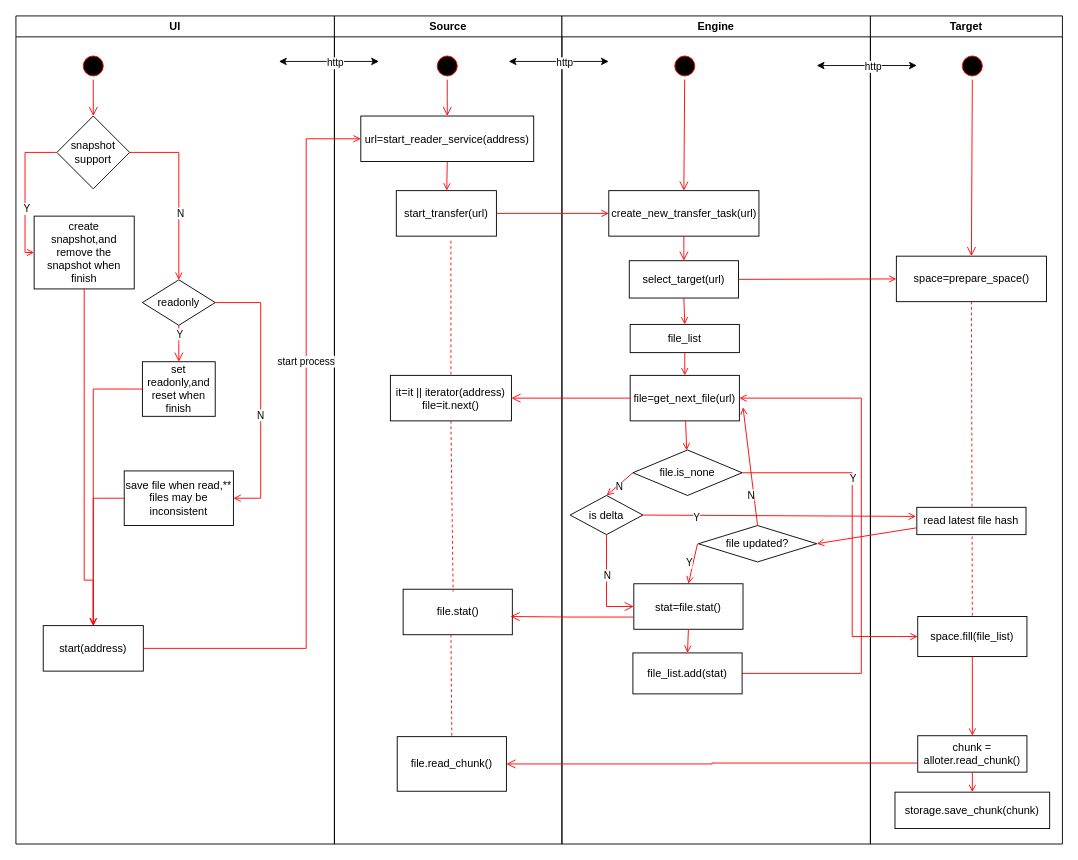
Before: doc/PM/framework/draft.drawio in buckyos/bucky_backup_suite, a draw.io diagram. Source tidied: cells renumbered, new cells numbered last; positions are measured from the earlier drawing's top-left corner, leaving out a move shared by most shapes. Both pictures are drawn from the tidied source at 91%, with x=0, y=0 at pixel (15, 15).
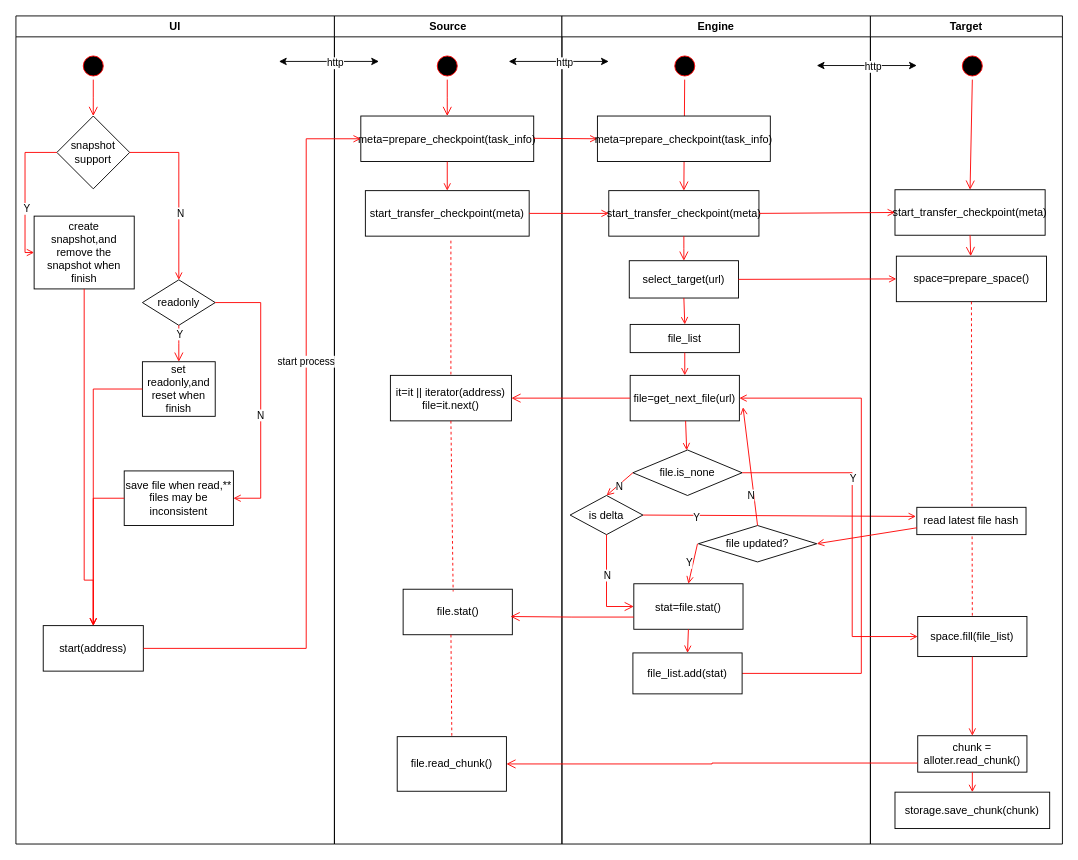
Above is the later version.

Unchanged cells that the change refers to:
```xml
<mxCell id="22" value="Source" style="swimlane;whiteSpace=wrap;" parent="1" vertex="1">
  <mxGeometry x="350" width="250" height="910" as="geometry" />
</mxCell>
<mxCell id="34" value="Engine" style="swimlane;whiteSpace=wrap;" parent="1" vertex="1">
  <mxGeometry x="600" width="339" height="910" as="geometry" />
</mxCell>
<mxCell id="65" value="Target" style="swimlane;whiteSpace=wrap;" parent="1" vertex="1">
  <mxGeometry x="939" width="211" height="910" as="geometry" />
</mxCell>
<mxCell id="66" style="ellipse;shape=startState;fillColor=#000000;strokeColor=#ff0000;" parent="65" vertex="1">
  <mxGeometry x="97" y="40" width="30" height="30" as="geometry" />
</mxCell>
<mxCell id="67" value="space=prepare_space()" style="rounded=0;whiteSpace=wrap;html=1;" parent="65" vertex="1">
  <mxGeometry x="28.5" y="264" width="165" height="50" as="geometry" />
</mxCell>
```

The edit, as a diff of the source:
```diff
@@
-    <mxCell id="25" value="url=start_reader_service(address)" parent="22" vertex="1">
+    <mxCell id="25" value="meta=prepare_checkpoint(task_info)" parent="22" vertex="1">
       <mxGeometry x="29" y="110" width="190" height="50" as="geometry" />
     </mxCell>
-    <mxCell id="26" value="start_transfer(url)" parent="22" vertex="1">
-      <mxGeometry x="68" y="192" width="110" height="50" as="geometry" />
+    <mxCell id="26" value="start_transfer_checkpoint(meta)" parent="22" vertex="1">
+      <mxGeometry x="34" y="192" width="180" height="50" as="geometry" />
     </mxCell>
@@
+    <mxCell id="89" style="endArrow=open;strokeColor=#FF0000;endFill=1;rounded=0;entryX=0;entryY=0.5;entryDx=0;entryDy=0;exitX=1;exitY=0.5;exitDx=0;exitDy=0;" parent="22" edge="1" target="90">
+      <mxGeometry relative="1" as="geometry">
+        <mxPoint x="219" y="134.5" as="sourcePoint" />
+      </mxGeometry>
+    </mxCell>
@@
-    <mxCell id="39" value="create_new_transfer_task(url)" style="rounded=0;whiteSpace=wrap;html=1;" parent="34" vertex="1">
+    <mxCell id="39" value="start_transfer_checkpoint(meta)" style="rounded=0;whiteSpace=wrap;html=1;" parent="34" vertex="1">
       <mxGeometry x="51.5" y="192" width="165" height="50" as="geometry" />
     </mxCell>
@@
+    <mxCell id="90" value="meta=prepare_checkpoint(task_info)" parent="34" vertex="1">
+      <mxGeometry x="39" y="110" width="190" height="50" as="geometry" />
+    </mxCell>
@@
-    <mxCell id="68" style="elbow=horizontal;verticalAlign=bottom;endArrow=open;endSize=8;strokeColor=#FF0000;endFill=1;rounded=0;exitX=0.5;exitY=1;exitDx=0;exitDy=0;entryX=0.5;entryY=0;entryDx=0;entryDy=0;" parent="65" edge="1" source="66" target="67">
+    <mxCell id="68" style="elbow=horizontal;verticalAlign=bottom;endArrow=open;endSize=8;strokeColor=#FF0000;endFill=1;rounded=0;exitX=0.5;exitY=1;exitDx=0;exitDy=0;entryX=0.5;entryY=0;entryDx=0;entryDy=0;" parent="65" edge="1" source="66" target="91">
       <mxGeometry x="-1380" y="-220" as="geometry" />
     </mxCell>
@@
+    <mxCell id="91" value="start_transfer_checkpoint(meta)" style="rounded=0;whiteSpace=wrap;html=1;" parent="65" vertex="1">
+      <mxGeometry x="27" y="191" width="165" height="50" as="geometry" />
+    </mxCell>
+    <mxCell id="92" style="elbow=horizontal;verticalAlign=bottom;endArrow=open;endSize=8;strokeColor=#FF0000;endFill=1;rounded=0;exitX=0.5;exitY=1;exitDx=0;exitDy=0;" parent="65" edge="1" source="91" target="67">
+      <mxGeometry x="-2330" y="-340" as="geometry" />
+    </mxCell>
@@
+    <mxCell id="93" style="endArrow=open;strokeColor=#FF0000;endFill=1;rounded=0;entryX=0;entryY=0.5;entryDx=0;entryDy=0;exitX=1;exitY=0.5;exitDx=0;exitDy=0;" parent="1" edge="1" source="39" target="91">
+      <mxGeometry relative="1" as="geometry" />
+    </mxCell>
```
